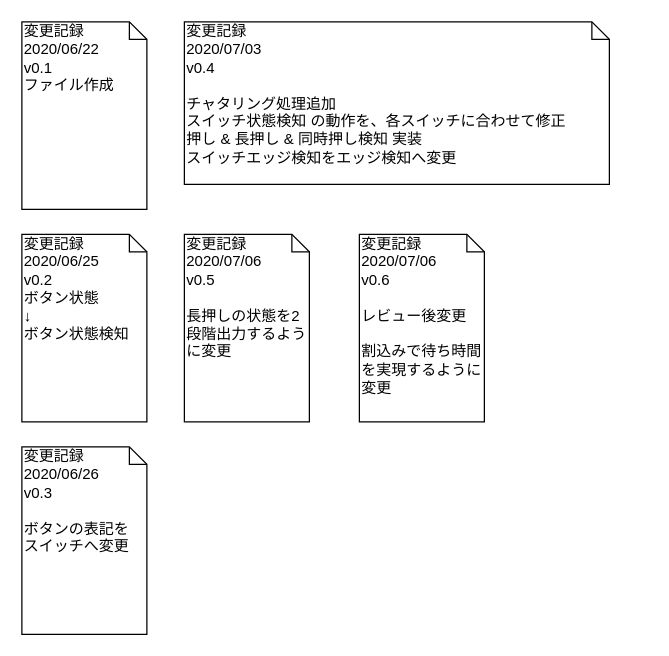
Before: page "変更記録" (6 of 7) of 資料/設計/フローチャート/InputClass/flowchart_InputClassv0.6.drawio in hakohumi/comp.Kitchen_Timer, a draw.io diagram. Source tidied: cells renumbered, new cells numbered last; positions are measured from the earlier drawing's top-left corner, leaving out a move shared by most shapes. Both pictures are drawn from the tidied source at 125%, with x=0, y=0 at pixel (21, 21).
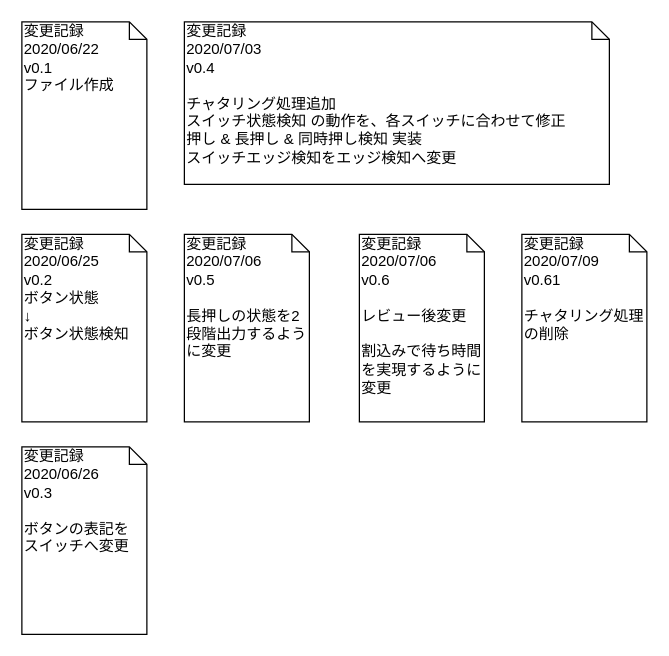
After the change.

The edit, as a diff of the source:
```diff
@@
 <mxGraphModel>
   <root>
     <mxCell id="0" />
     <mxCell id="1" parent="0" />
     <mxCell id="2" value="変更記録&lt;br&gt;2020/06/22&lt;br&gt;v0.1&lt;br&gt;ファイル作成&lt;br&gt;" style="shape=note;whiteSpace=wrap;html=1;size=14;verticalAlign=top;align=left;spacingTop=-6;" parent="1" vertex="1">
       <mxGeometry width="100" height="150" as="geometry" />
     </mxCell>
     <mxCell id="3" value="変更記録&lt;br&gt;2020/06/25&lt;br&gt;v0.2&lt;br&gt;ボタン状態&lt;br&gt;↓&lt;br&gt;ボタン状態検知" style="shape=note;whiteSpace=wrap;html=1;size=14;verticalAlign=top;align=left;spacingTop=-6;" parent="1" vertex="1">
       <mxGeometry y="170" width="100" height="150" as="geometry" />
     </mxCell>
     <mxCell id="4" value="変更記録&lt;br&gt;2020/06/26&lt;br&gt;v0.3&lt;br&gt;&lt;br&gt;ボタンの表記を&lt;br&gt;スイッチへ変更" style="shape=note;whiteSpace=wrap;html=1;size=14;verticalAlign=top;align=left;spacingTop=-6;" parent="1" vertex="1">
       <mxGeometry y="340" width="100" height="150" as="geometry" />
     </mxCell>
     <mxCell id="5" value="変更記録&lt;br&gt;2020/07/03&lt;br&gt;v0.4&lt;br&gt;&lt;br&gt;チャタリング処理追加&lt;br&gt;スイッチ状態検知 の動作を、各スイッチに合わせて修正&lt;br&gt;押し &amp;amp; 長押し &amp;amp; 同時押し検知 実装&lt;br&gt;スイッチエッジ検知をエッジ検知へ変更" style="shape=note;whiteSpace=wrap;html=1;size=14;verticalAlign=top;align=left;spacingTop=-6;" parent="1" vertex="1">
       <mxGeometry x="130" width="340" height="130" as="geometry" />
     </mxCell>
     <mxCell id="6" value="変更記録&lt;br&gt;2020/07/06&lt;br&gt;v0.5&lt;br&gt;&lt;br&gt;長押しの状態を2段階出力するように変更" style="shape=note;whiteSpace=wrap;html=1;size=14;verticalAlign=top;align=left;spacingTop=-6;" parent="1" vertex="1">
       <mxGeometry x="130" y="170" width="100" height="150" as="geometry" />
     </mxCell>
     <mxCell id="7" value="変更記録&lt;br&gt;2020/07/06&lt;br&gt;v0.6&lt;br&gt;&lt;br&gt;レビュー後変更&lt;br&gt;&lt;br&gt;割込みで待ち時間を実現するように変更" style="shape=note;whiteSpace=wrap;html=1;size=14;verticalAlign=top;align=left;spacingTop=-6;" parent="1" vertex="1">
       <mxGeometry x="270" y="170" width="100" height="150" as="geometry" />
     </mxCell>
+    <mxCell id="8" value="変更記録&lt;br&gt;2020/07/09&lt;br&gt;v0.61&lt;br&gt;&lt;br&gt;チャタリング処理の削除" style="shape=note;whiteSpace=wrap;html=1;size=14;verticalAlign=top;align=left;spacingTop=-6;" parent="1" vertex="1">
+      <mxGeometry x="400" y="170" width="100" height="150" as="geometry" />
+    </mxCell>
   </root>
 </mxGraphModel>
```
